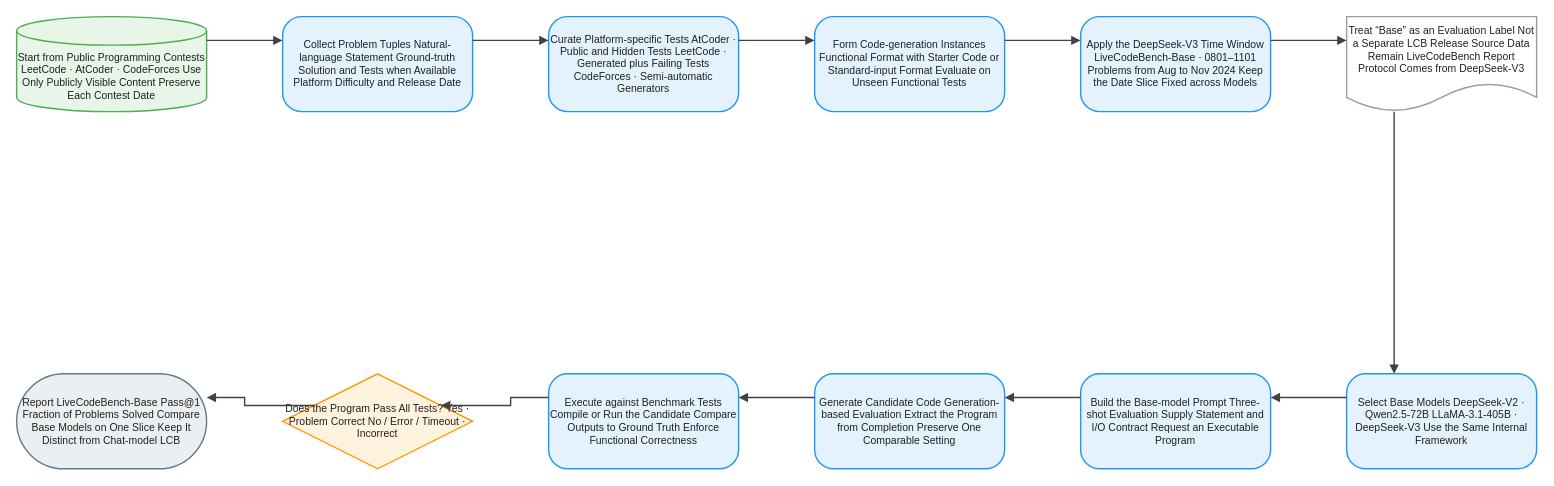
joe1chief/benchmark-hub keeps this draw.io diagram as client/public/drawio/LiveCodeBench-Base/LiveCodeBench-Base.en.drawio. Above is the earlier version. Source tidied: cells renumbered, new cells numbered last; positions are measured from the earlier drawing's top-left corner, leaving out a move shared by most shapes. Both pictures are drawn from the tidied source at 95%, with x=0, y=0 at pixel (16, 16).
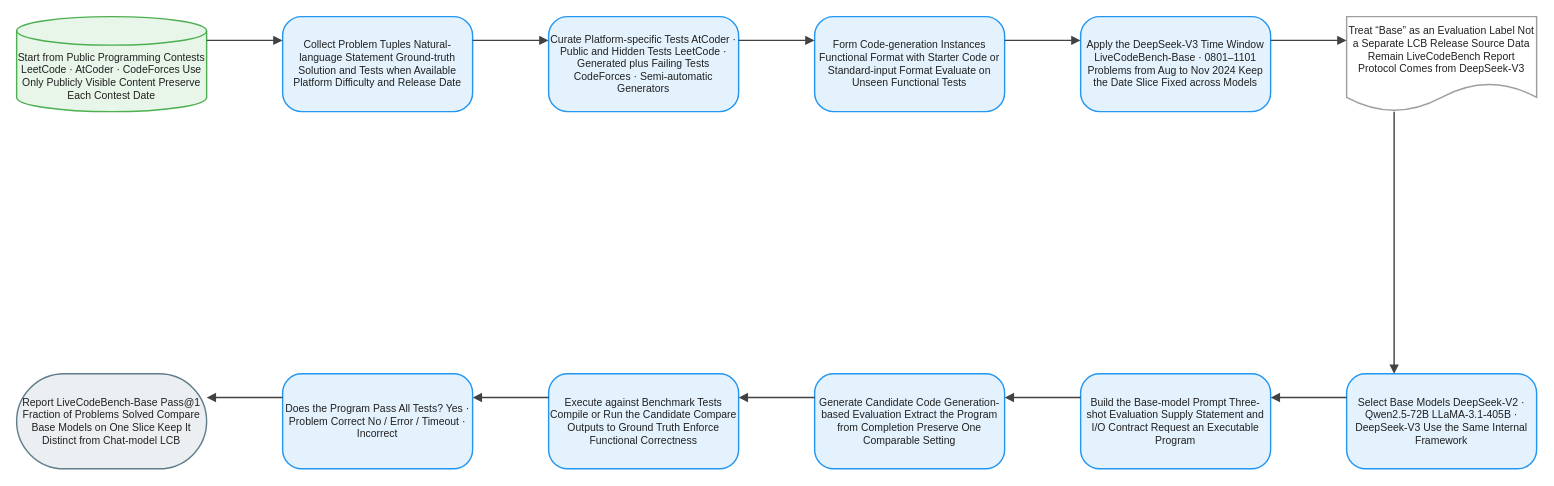
After the change.

Change to the diagram source:
```diff
@@
-    <mxCell id="12" value="Does the Program Pass All Tests? Yes · Problem Correct No / Error / Timeout · Incorrect" style="rhombus;html=1;whiteSpace=wrap;fillColor=#FFF3E0;strokeColor=#FF9800;strokeWidth=1.5;fontColor=#212121;fontSize=11;fontFamily=Arial, Helvetica, sans-serif;verticalAlign=middle;align=center;" parent="1" vertex="1">
+    <mxCell id="12" value="Does the Program Pass All Tests? Yes · Problem Correct No / Error / Timeout · Incorrect" style="rounded=1;arcSize=20;html=1;whiteSpace=wrap;fillColor=#E3F2FD;strokeColor=#2196F3;strokeWidth=1.5;fontColor=#212121;fontSize=11;fontFamily=Arial, Helvetica, sans-serif;verticalAlign=middle;align=center;" parent="1" vertex="1">
       <mxGeometry x="280" y="376" width="200" height="100" as="geometry" />
     </mxCell>
```
